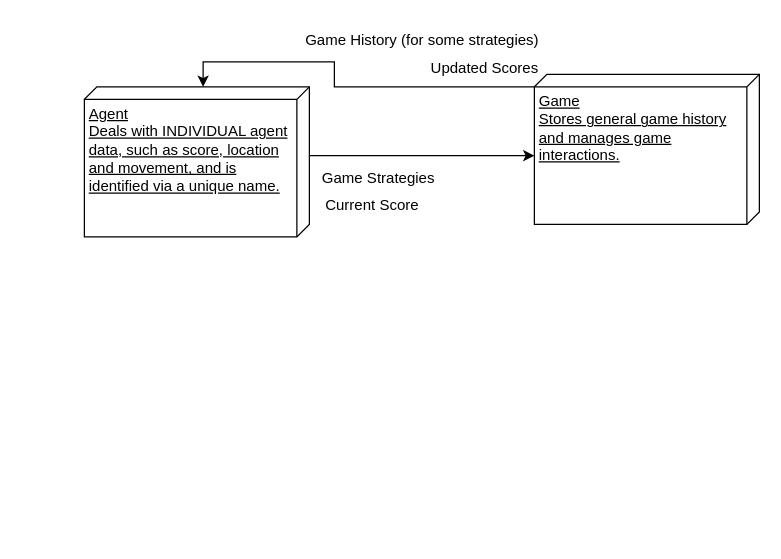
Above: Thesis Overview Diagram.drawio in Boland-Unfug/Thesis-python (draw.io), before the change. Source tidied: cells renumbered, new cells numbered last; positions are measured from the earlier drawing's top-left corner, leaving out a move shared by most shapes. Both pictures are drawn from the tidied source at 125%, with x=0, y=0 at pixel (84, 21).
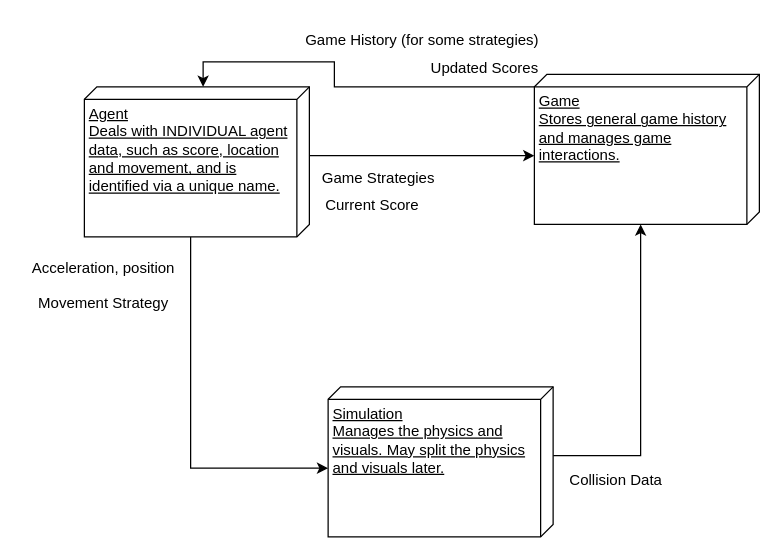
After the change.

What changed in the source:
```diff
@@
 <mxGraphModel>
   <root>
     <mxCell id="0" />
     <mxCell id="1" parent="0" />
     <mxCell id="2" style="edgeStyle=orthogonalEdgeStyle;rounded=0;jettySize=auto;html=1;exitX=0;exitY=0;exitDx=55;exitDy=0;exitPerimeter=0;entryX=0;entryY=0;entryDx=65;entryDy=180;entryPerimeter=0;" parent="1" edge="1" source="3" target="5">
       <mxGeometry relative="1" as="geometry" />
     </mxCell>
+    <mxCell id="10" style="edgeStyle=orthogonalEdgeStyle;rounded=0;jettySize=auto;html=1;exitX=0;exitY=0;exitDx=120;exitDy=95;exitPerimeter=0;entryX=0;entryY=0;entryDx=65;entryDy=180;entryPerimeter=0;" parent="1" edge="1" source="3" target="12">
+      <mxGeometry relative="1" as="geometry" />
+    </mxCell>
     <mxCell id="3" value="&lt;div&gt;Agent&lt;/div&gt;&lt;div&gt;Deals with INDIVIDUAL agent data, such as score, location and movement, and is identified via a unique name.&lt;br&gt;&lt;/div&gt;" style="verticalAlign=top;align=left;spacingTop=8;spacingLeft=2;spacingRight=12;shape=cube;size=10;direction=south;fontStyle=4;html=1;whiteSpace=wrap;" parent="1" vertex="1">
       <mxGeometry y="52" width="180" height="120" as="geometry" />
     </mxCell>
     <mxCell id="4" style="edgeStyle=orthogonalEdgeStyle;rounded=0;jettySize=auto;html=1;exitX=0;exitY=0;exitDx=10;exitDy=180;exitPerimeter=0;entryX=0;entryY=0;entryDx=0;entryDy=85;entryPerimeter=0;" parent="1" edge="1" source="5" target="3">
       <mxGeometry relative="1" as="geometry">
         <Array as="points">
           <mxPoint x="200" y="52" />
           <mxPoint x="200" y="32" />
           <mxPoint x="95" y="32" />
         </Array>
       </mxGeometry>
     </mxCell>
     <mxCell id="5" value="&lt;div&gt;Game&lt;/div&gt;&lt;div&gt;Stores general game history and manages game interactions. &lt;br&gt;&lt;/div&gt;" style="verticalAlign=top;align=left;spacingTop=8;spacingLeft=2;spacingRight=12;shape=cube;size=10;direction=south;fontStyle=4;html=1;whiteSpace=wrap;" parent="1" vertex="1">
       <mxGeometry x="360" y="42" width="180" height="120" as="geometry" />
     </mxCell>
     <mxCell id="6" value="Updated Scores" style="text;html=1;align=center;verticalAlign=middle;strokeColor=none;fillColor=none;" parent="1" vertex="1">
       <mxGeometry x="265" y="22" width="110" height="30" as="geometry" />
     </mxCell>
     <mxCell id="7" value="Game Strategies" style="text;html=1;align=center;verticalAlign=middle;strokeColor=none;fillColor=none;" parent="1" vertex="1">
       <mxGeometry x="180" y="110" width="110" height="30" as="geometry" />
     </mxCell>
     <mxCell id="8" value="Current Score" style="text;html=1;align=center;verticalAlign=middle;strokeColor=none;fillColor=none;" parent="1" vertex="1">
       <mxGeometry x="180" y="132" width="100" height="30" as="geometry" />
     </mxCell>
     <mxCell id="9" value="Game History (for some strategies)" style="text;html=1;align=center;verticalAlign=middle;strokeColor=none;fillColor=none;" parent="1" vertex="1">
       <mxGeometry x="165" width="210" height="30" as="geometry" />
     </mxCell>
+    <mxCell id="11" style="edgeStyle=orthogonalEdgeStyle;rounded=0;jettySize=auto;html=1;exitX=0;exitY=0;exitDx=55;exitDy=0;exitPerimeter=0;entryX=0;entryY=0;entryDx=120;entryDy=95;entryPerimeter=0;" parent="1" edge="1" source="12" target="5">
+      <mxGeometry relative="1" as="geometry" />
+    </mxCell>
+    <mxCell id="12" value="&lt;div&gt;Simulation&lt;/div&gt;&lt;div&gt;Manages the physics and visuals. May split the physics and visuals later.&lt;br&gt;&lt;/div&gt;" style="verticalAlign=top;align=left;spacingTop=8;spacingLeft=2;spacingRight=12;shape=cube;size=10;direction=south;fontStyle=4;html=1;whiteSpace=wrap;" parent="1" vertex="1">
+      <mxGeometry x="195" y="292" width="180" height="120" as="geometry" />
+    </mxCell>
+    <mxCell id="13" value="Collision Data" style="text;html=1;align=center;verticalAlign=middle;strokeColor=none;fillColor=none;" parent="1" vertex="1">
+      <mxGeometry x="375" y="352" width="100" height="30" as="geometry" />
+    </mxCell>
+    <mxCell id="14" value="Acceleration, position" style="text;html=1;align=center;verticalAlign=middle;strokeColor=none;fillColor=none;" parent="1" vertex="1">
+      <mxGeometry x="-50" y="182" width="130" height="30" as="geometry" />
+    </mxCell>
+    <mxCell id="15" value="Movement Strategy" style="text;html=1;align=center;verticalAlign=middle;strokeColor=none;fillColor=none;" parent="1" vertex="1">
+      <mxGeometry x="-45" y="210" width="120" height="30" as="geometry" />
+    </mxCell>
   </root>
 </mxGraphModel>
```
